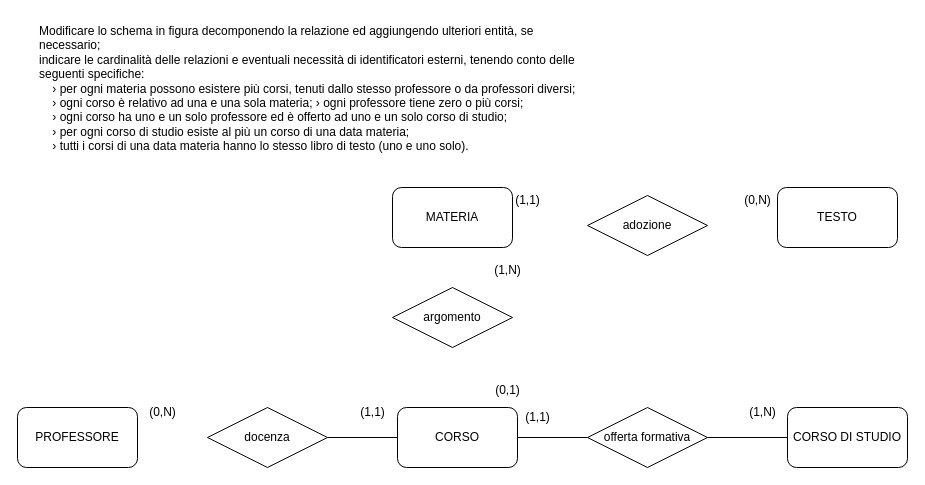
The draw.io diagram BASI DATI/Untitled Diagram.drawio in MicheleMolineri/UNITO, before the edit. Source tidied: cells renumbered, new cells numbered last; positions are measured from the earlier drawing's top-left corner, leaving out a move shared by most shapes. Both pictures are drawn from the tidied source at 100%, with x=0, y=0 at pixel (17, 17).
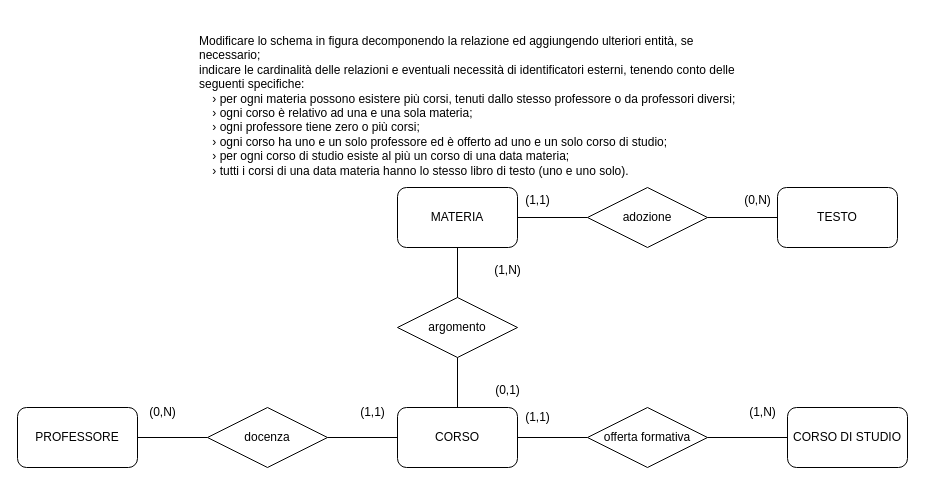
The same page after the edit.

Unchanged cells that the change refers to:
```xml
<mxCell id="3" value="PROFESSORE" style="rounded=1;whiteSpace=wrap;html=1;" parent="1" vertex="1">
  <mxGeometry y="390" width="120" height="60" as="geometry" />
</mxCell>
<mxCell id="4" value="CORSO" style="rounded=1;whiteSpace=wrap;html=1;" parent="1" vertex="1">
  <mxGeometry x="380" y="390" width="120" height="60" as="geometry" />
</mxCell>
<mxCell id="7" value="TESTO" style="rounded=1;whiteSpace=wrap;html=1;" parent="1" vertex="1">
  <mxGeometry x="760" y="170" width="120" height="60" as="geometry" />
</mxCell>
<mxCell id="8" value="docenza" style="shape=rhombus;perimeter=rhombusPerimeter;whiteSpace=wrap;html=1;align=center;" parent="1" vertex="1">
  <mxGeometry x="190" y="390" width="120" height="60" as="geometry" />
</mxCell>
```

Change to the diagram source:
```diff
@@
-    <mxCell id="2" value="Modificare lo schema in figura decomponendo la relazione ed aggiungendo ulteriori entità, se necessario; &#10;indicare le cardinalità delle relazioni e eventuali necessità di identificatori esterni, tenendo conto delle seguenti specifiche: &#10;    › per ogni materia possono esistere più corsi, tenuti dallo stesso professore o da professori diversi; &#10;    › ogni corso è relativo ad una e una sola materia; › ogni professore tiene zero o più corsi; &#10;    › ogni corso ha uno e un solo professore ed è offerto ad uno e un solo corso di studio; &#10;    › per ogni corso di studio esiste al più un corso di una data materia; &#10;    › tutti i corsi di una data materia hanno lo stesso libro di testo (uno e uno solo)." style="text;whiteSpace=wrap;" parent="1" vertex="1">
-      <mxGeometry x="20" width="560" height="170" as="geometry" />
+    <mxCell id="2" value="Modificare lo schema in figura decomponendo la relazione ed aggiungendo ulteriori entità, se necessario; &#10;indicare le cardinalità delle relazioni e eventuali necessità di identificatori esterni, tenendo conto delle seguenti specifiche: &#10;    › per ogni materia possono esistere più corsi, tenuti dallo stesso professore o da professori diversi; &#10;    › ogni corso è relativo ad una e una sola materia;&#10;    › ogni professore tiene zero o più corsi; &#10;    › ogni corso ha uno e un solo professore ed è offerto ad uno e un solo corso di studio; &#10;    › per ogni corso di studio esiste al più un corso di una data materia; &#10;    › tutti i corsi di una data materia hanno lo stesso libro di testo (uno e uno solo)." style="text;whiteSpace=wrap;" parent="1" vertex="1">
+      <mxGeometry x="180" y="10" width="560" height="170" as="geometry" />
     </mxCell>
@@
     <mxCell id="6" value="MATERIA" style="rounded=1;whiteSpace=wrap;html=1;" parent="1" vertex="1">
-      <mxGeometry x="375" y="170" width="120" height="60" as="geometry" />
+      <mxGeometry x="380" y="170" width="120" height="60" as="geometry" />
     </mxCell>
@@
     <mxCell id="15" value="argomento" style="shape=rhombus;perimeter=rhombusPerimeter;whiteSpace=wrap;html=1;align=center;" parent="1" vertex="1">
-      <mxGeometry x="375" y="270" width="120" height="60" as="geometry" />
+      <mxGeometry x="380" y="280" width="120" height="60" as="geometry" />
     </mxCell>
@@
     <mxCell id="18" value="(1,1)" style="text;html=1;align=center;verticalAlign=middle;strokeColor=none;fillColor=none;" parent="1" vertex="1">
-      <mxGeometry x="485" y="168" width="50" height="30" as="geometry" />
+      <mxGeometry x="495" y="168" width="50" height="30" as="geometry" />
     </mxCell>
@@
     <mxCell id="20" value="adozione" style="shape=rhombus;perimeter=rhombusPerimeter;whiteSpace=wrap;html=1;align=center;" parent="1" vertex="1">
-      <mxGeometry x="570" y="178" width="120" height="60" as="geometry" />
+      <mxGeometry x="570" y="170" width="120" height="60" as="geometry" />
     </mxCell>
@@
+    <mxCell id="23" style="endArrow=none;html=1;rounded=0;exitX=0.5;exitY=0;exitDx=0;exitDy=0;" parent="1" edge="1" source="4" target="15">
+      <mxGeometry relative="1" as="geometry" />
+    </mxCell>
+    <mxCell id="24" style="endArrow=none;html=1;rounded=0;exitX=0.5;exitY=0;exitDx=0;exitDy=0;entryX=0.5;entryY=1;entryDx=0;entryDy=0;" parent="1" edge="1" source="15" target="6">
+      <mxGeometry relative="1" as="geometry" />
+    </mxCell>
+    <mxCell id="25" style="endArrow=none;html=1;rounded=0;exitX=1;exitY=0.5;exitDx=0;exitDy=0;entryX=0;entryY=0.5;entryDx=0;entryDy=0;" parent="1" edge="1" source="6" target="20">
+      <mxGeometry relative="1" as="geometry" />
+    </mxCell>
+    <mxCell id="26" style="endArrow=none;html=1;rounded=0;entryX=1;entryY=0.5;entryDx=0;entryDy=0;exitX=0;exitY=0.5;exitDx=0;exitDy=0;" parent="1" edge="1" source="7" target="20">
+      <mxGeometry relative="1" as="geometry" />
+    </mxCell>
+    <mxCell id="27" style="endArrow=none;html=1;rounded=0;entryX=1;entryY=0.5;entryDx=0;entryDy=0;exitX=0;exitY=0.5;exitDx=0;exitDy=0;" parent="1" edge="1" source="8" target="3">
+      <mxGeometry relative="1" as="geometry" />
+    </mxCell>
```
